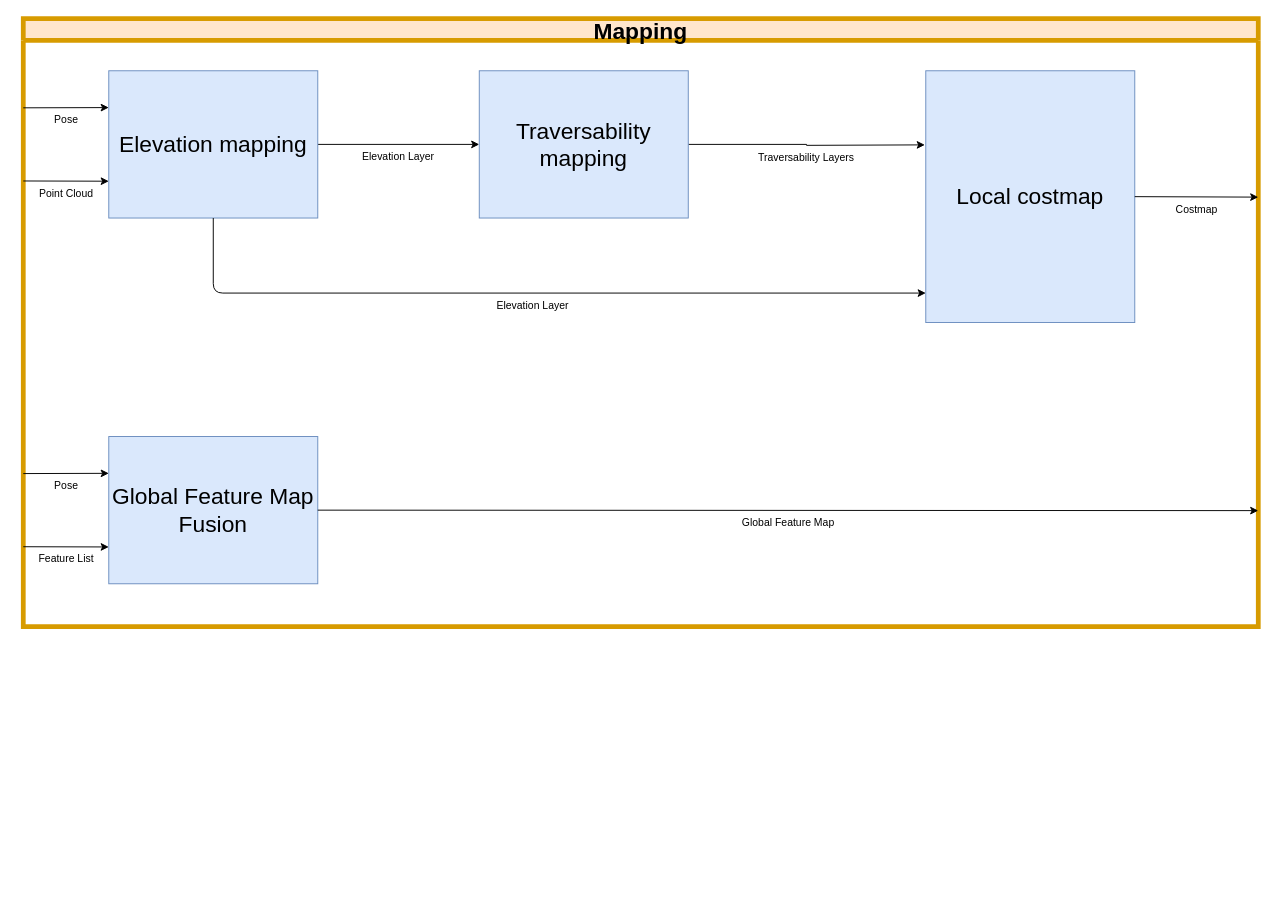
Earlier version of the draw.io diagram page "Mapping" (5 of 12) of TestNav.drawio (ipa-dmo/ipa_outdoor_docu). Source tidied: cells renumbered, new cells numbered last; positions are measured from the earlier drawing's top-left corner, leaving out a move shared by most shapes. Both pictures are drawn from the tidied source at 95%, with x=0, y=0 at pixel (23, 18).
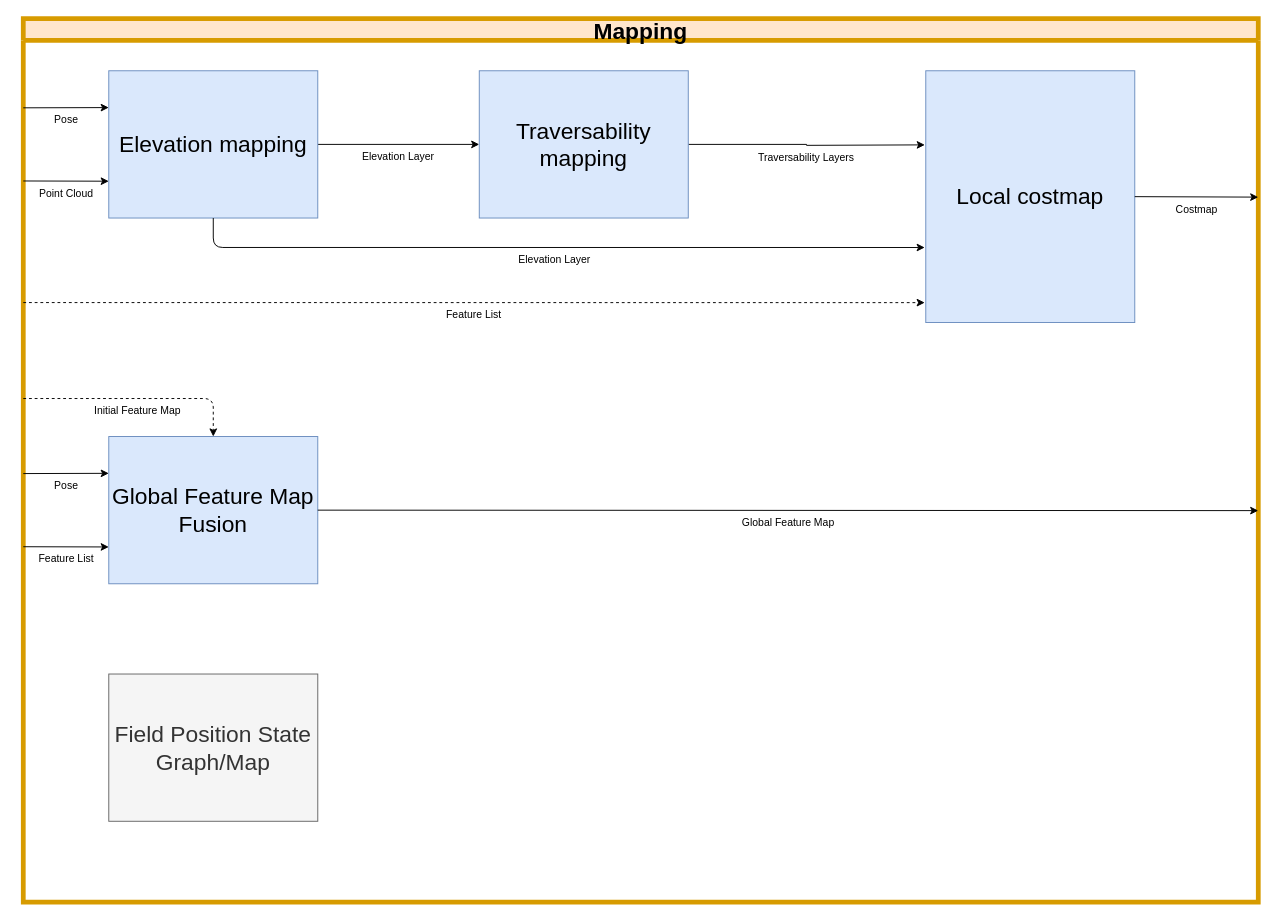
After the change.

The change refers to these unchanged cells:
```xml
<mxCell id="4" value="&lt;font style=&quot;font-size: 24px&quot;&gt;Elevation mapping&lt;/font&gt;" style="whiteSpace=wrap;html=1;fillColor=#dae8fc;strokeColor=#6c8ebf;" parent="2" vertex="1">
  <mxGeometry x="90" y="55" width="220" height="155" as="geometry" />
</mxCell>
<mxCell id="8" value="&lt;font style=&quot;font-size: 24px&quot;&gt;Local costmap&lt;/font&gt;" style="whiteSpace=wrap;html=1;fillColor=#dae8fc;strokeColor=#6c8ebf;" parent="2" vertex="1">
  <mxGeometry x="950" y="55" width="220" height="265" as="geometry" />
</mxCell>
<mxCell id="10" value="&lt;font style=&quot;font-size: 24px&quot;&gt;Global Feature Map Fusion&lt;/font&gt;" style="whiteSpace=wrap;html=1;fillColor=#dae8fc;strokeColor=#6c8ebf;" parent="2" vertex="1">
  <mxGeometry x="90" y="440" width="220" height="155" as="geometry" />
</mxCell>
```

Diff of the diagram source:
```diff
@@
     <mxCell id="2" value="Mapping" style="swimlane;fillColor=#ffe6cc;strokeColor=#d79b00;fontSize=24;strokeWidth=5;" parent="1" vertex="1">
-      <mxGeometry width="1300" height="640" as="geometry" />
+      <mxGeometry width="1300" height="930" as="geometry" />
     </mxCell>
@@
-    <mxCell id="9" value="Elevation Layer" style="endArrow=classic;html=1;verticalAlign=top;exitX=0.5;exitY=1;exitDx=0;exitDy=0;entryX=0;entryY=0.883;entryDx=0;entryDy=0;entryPerimeter=0;edgeStyle=orthogonalEdgeStyle;" parent="2" edge="1" source="4" target="8">
+    <mxCell id="9" value="Elevation Layer" style="endArrow=classic;html=1;verticalAlign=top;exitX=0.5;exitY=1;exitDx=0;exitDy=0;entryX=-0.005;entryY=0.702;entryDx=0;entryDy=0;entryPerimeter=0;edgeStyle=orthogonalEdgeStyle;" parent="2" edge="1" source="4" target="8">
       <mxGeometry relative="1" as="geometry" />
     </mxCell>
@@
+    <mxCell id="16" value="Feature List" style="endArrow=classic;html=1;verticalAlign=top;entryX=-0.005;entryY=0.921;entryDx=0;entryDy=0;entryPerimeter=0;dashed=1;" parent="2" edge="1" target="8">
+      <mxGeometry relative="1" as="geometry">
+        <mxPoint y="299" as="sourcePoint" />
+      </mxGeometry>
+    </mxCell>
+    <mxCell id="17" value="&lt;font style=&quot;font-size: 24px&quot;&gt;Field Position State Graph/Map&lt;br&gt;&lt;/font&gt;" style="whiteSpace=wrap;html=1;fillColor=#f5f5f5;strokeColor=#666666;fontColor=#333333;" parent="2" vertex="1">
+      <mxGeometry x="90" y="690" width="220" height="155" as="geometry" />
+    </mxCell>
@@
+    <mxCell id="18" value="Initial Feature Map" style="endArrow=classic;html=1;verticalAlign=top;entryX=0.5;entryY=0;entryDx=0;entryDy=0;dashed=1;edgeStyle=elbowEdgeStyle;" parent="1" edge="1" target="10">
+      <mxGeometry relative="1" as="geometry">
+        <mxPoint y="400" as="sourcePoint" />
+        <Array as="points">
+          <mxPoint x="200" y="420" />
+        </Array>
+      </mxGeometry>
+    </mxCell>
```
